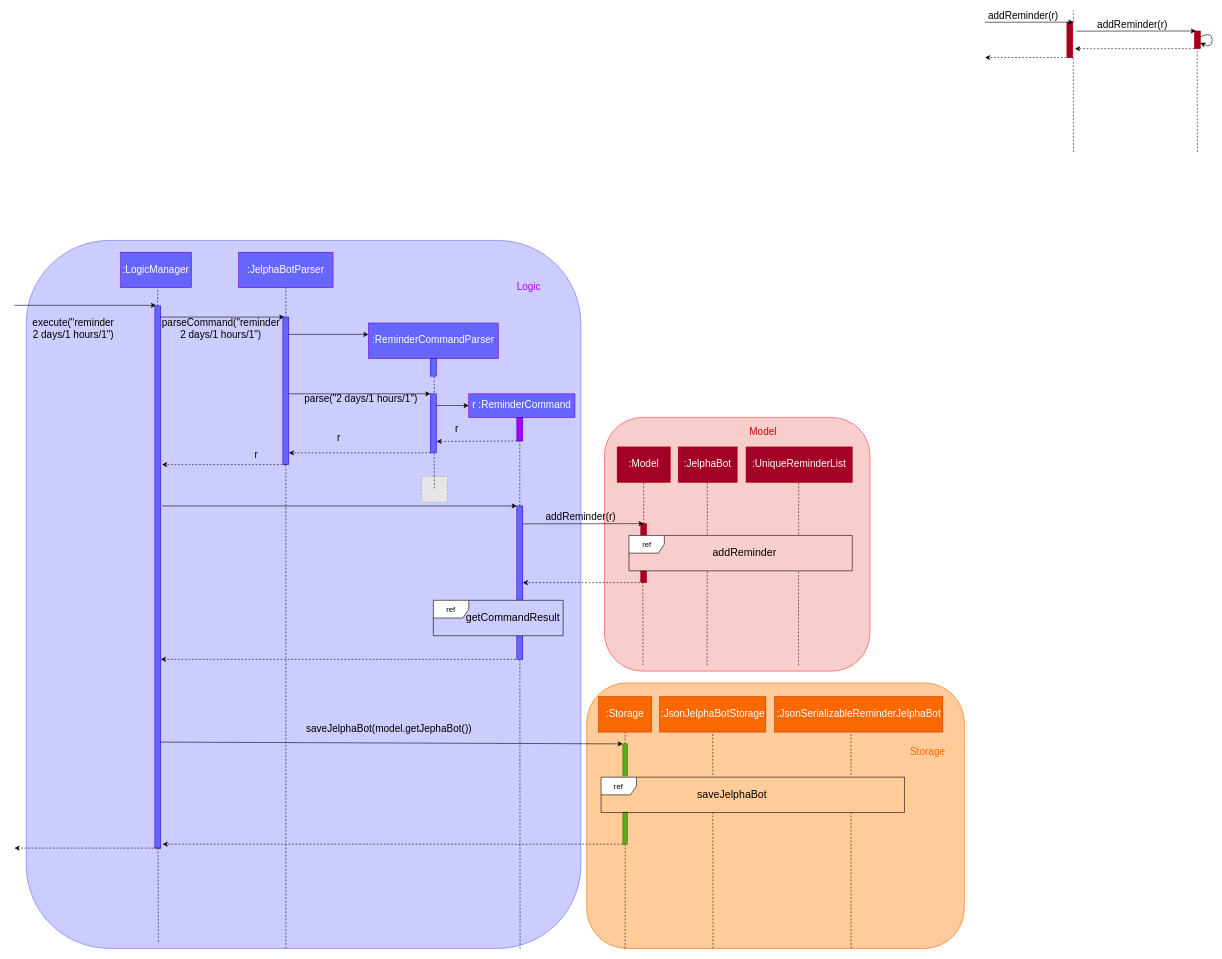
This is docs/diagrams/AddReminderSequenceDiagram.drawio from yapdianhao/main, a draw.io file, before an edit. Source tidied: cells renumbered, new cells numbered last; positions are measured from the earlier drawing's top-left corner, leaving out a move shared by most shapes. Both pictures are drawn from the tidied source at 59%, with x=0, y=0 at pixel (14, 10). Pictures stored in the file or linked from it are replaced by grey dashed boxes.
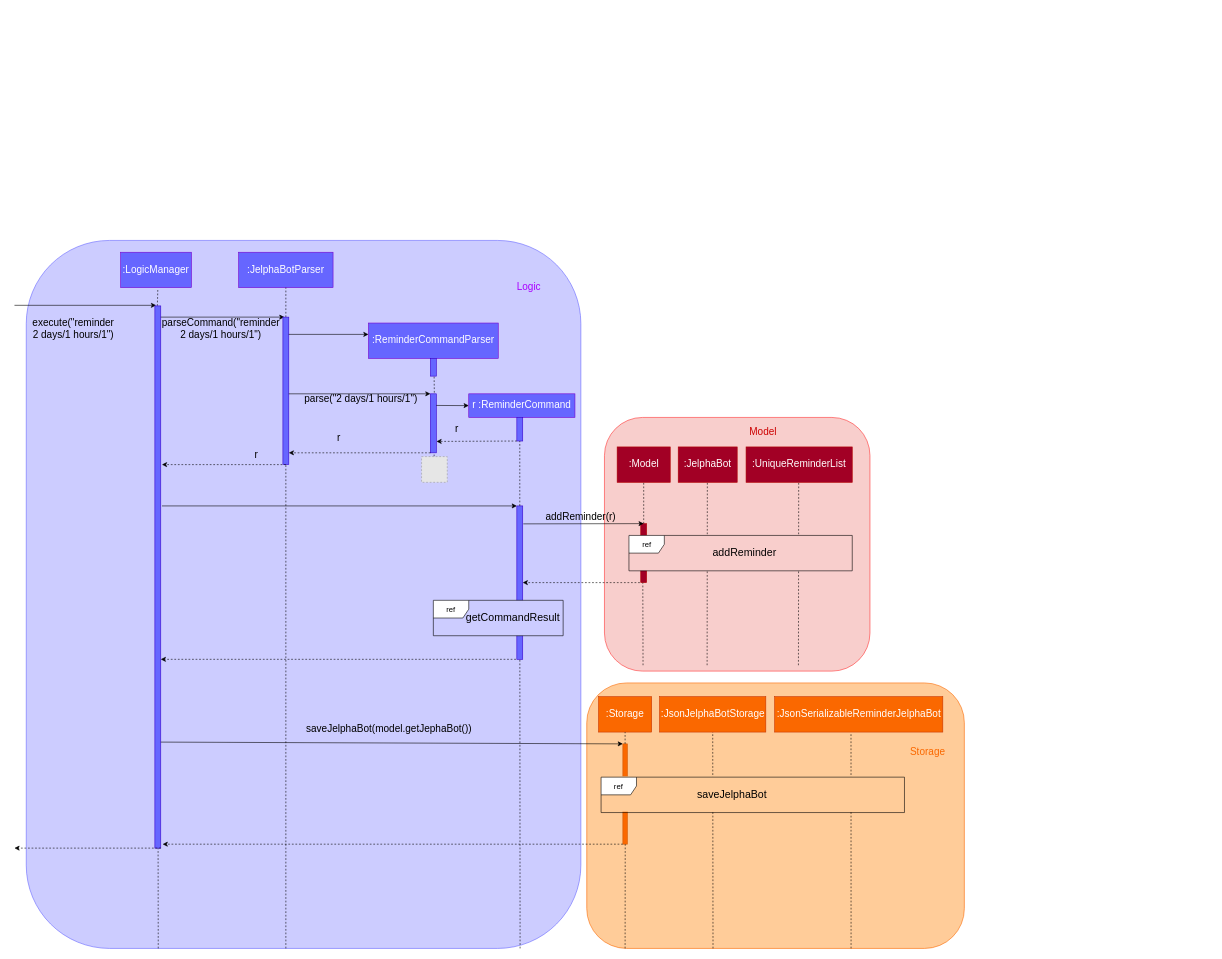
Above is the later version.

Unchanged cells that the change refers to:
```xml
<mxCell id="2" style="rounded=1;whiteSpace=wrap;html=1;fillColor=#CCCCFF;fontFamily=Helvetica;fontSize=18;strokeColor=#6666ff;" parent="1" vertex="1">
  <mxGeometry x="20" y="390" width="940" height="1200" as="geometry" />
</mxCell>
```

Change to the diagram source:
```diff
@@
-    <mxCell id="9" style="rounded=0;whiteSpace=wrap;html=1;fillColor=#60a917;strokeColor=#2D7600;fontColor=#ffffff;fontSize=17;fontFamily=Helvetica;" parent="1" vertex="1">
+    <mxCell id="9" style="rounded=0;whiteSpace=wrap;html=1;fillColor=#FA6800;strokeColor=#D15700;fontColor=#ffffff;fontSize=17;fontFamily=Helvetica;" parent="1" vertex="1">
       <mxGeometry x="1031.2" y="1243.3" width="7.6" height="170" as="geometry" />
     </mxCell>
@@
-    <mxCell id="14" style="endArrow=none;dashed=1;html=1;fontFamily=Helvetica;exitX=0.132;exitY=0.999;exitDx=0;exitDy=0;exitPerimeter=0;fontSize=17;" parent="1" edge="1">
+    <mxCell id="14" style="endArrow=none;dashed=1;html=1;fontFamily=Helvetica;exitX=0.238;exitY=1;exitDx=0;exitDy=0;exitPerimeter=0;fontSize=17;" parent="1" edge="1" source="2">
       <mxGeometry relative="1" as="geometry">
-        <mxPoint x="243.9" y="1578.8" as="sourcePoint" />
         <mxPoint x="243" y="1130" as="targetPoint" />
       </mxGeometry>
     </mxCell>
@@
-    <mxCell id="36" style="rounded=0;whiteSpace=wrap;html=1;fontFamily=Helvetica;fillColor=#aa00ff;strokeColor=#3700CC;fontColor=#ffffff;fontSize=17;" parent="1" vertex="1">
+    <mxCell id="36" style="rounded=0;whiteSpace=wrap;html=1;fontFamily=Helvetica;fillColor=#6666FF;strokeColor=#3700CC;fontColor=#ffffff;fontSize=17;" parent="1" vertex="1">
       <mxGeometry x="851.5" y="690" width="10" height="40" as="geometry" />
     </mxCell>
@@
-    <mxCell id="42" style="endArrow=none;dashed=1;html=1;fontFamily=Helvetica;fontSize=17;" parent="1" edge="1" source="57">
+    <mxCell id="42" style="endArrow=none;dashed=1;html=1;fontFamily=Helvetica;fontSize=17;" parent="1" edge="1">
       <mxGeometry relative="1" as="geometry">
+        <mxPoint x="711" y="780" as="sourcePoint" />
         <mxPoint x="711.4" y="750" as="targetPoint" />
       </mxGeometry>
     </mxCell>
@@
     <mxCell id="57" style="fillColor=#E6E6E6;strokeColor=#999999;dashed=1;html=1;verticalAlign=top;verticalLabelPosition=bottom;labelBackgroundColor=#ffffff;fontSize=17;fontFamily=Helvetica;" parent="1" vertex="1">
-      <mxGeometry x="690" y="790" width="43.6" height="43.6" as="geometry" />
+      <mxGeometry x="690" y="756.4" width="43.6" height="43.6" as="geometry" />
     </mxCell>
-    <mxCell id="58" style="endArrow=none;dashed=1;html=1;fontFamily=Helvetica;fontSize=17;" parent="1" edge="1" target="57">
-      <mxGeometry relative="1" as="geometry">
-        <mxPoint x="711.8" y="810" as="sourcePoint" />
-      </mxGeometry>
-    </mxCell>
@@
-    <mxCell id="70" style="endArrow=none;dashed=1;html=1;fontFamily=Helvetica;fontSize=17;" parent="1" edge="1">
-      <mxGeometry relative="1" as="geometry">
-        <mxPoint x="1795" y="20" as="sourcePoint" />
-        <mxPoint x="1794.6" as="targetPoint" />
-      </mxGeometry>
-    </mxCell>
-    <mxCell id="71" style="rounded=0;whiteSpace=wrap;html=1;fontFamily=Helvetica;fillColor=#a20025;strokeColor=#B20000;fontColor=#ffffff;fontSize=17;" parent="1" vertex="1">
-      <mxGeometry x="1783.8" y="20" width="10" height="60" as="geometry" />
-    </mxCell>
-    <mxCell id="72" style="endArrow=classic;html=1;fontFamily=Helvetica;exitX=0.914;exitY=0.041;exitDx=0;exitDy=0;exitPerimeter=0;fontSize=17;" parent="1" edge="1">
-      <mxGeometry relative="1" as="geometry">
-        <mxPoint x="1645" y="20.3" as="sourcePoint" />
-        <mxPoint x="1795" y="20" as="targetPoint" />
-      </mxGeometry>
-    </mxCell>
-    <mxCell id="73" value="addReminder(r)" style="text;html=1;strokeColor=none;fillColor=none;align=center;verticalAlign=middle;whiteSpace=wrap;rounded=0;fontFamily=Helvetica;fontSize=17;" parent="1" vertex="1">
-      <mxGeometry x="1630" width="160" height="20" as="geometry" />
-    </mxCell>
-    <mxCell id="74" style="rounded=0;whiteSpace=wrap;html=1;fontFamily=Helvetica;fillColor=#a20025;strokeColor=#B20000;fontColor=#ffffff;fontSize=17;" parent="1" vertex="1">
-      <mxGeometry x="2000" y="35" width="10" height="30" as="geometry" />
-    </mxCell>
-    <mxCell id="75" value="addReminder(r)" style="text;html=1;strokeColor=none;fillColor=none;align=center;verticalAlign=middle;whiteSpace=wrap;rounded=0;fontFamily=Helvetica;fontSize=17;" parent="1" vertex="1">
-      <mxGeometry x="1815" y="15" width="160" height="20" as="geometry" />
-    </mxCell>
-    <mxCell id="76" style="endArrow=classic;html=1;fontFamily=Helvetica;exitX=0.914;exitY=0.041;exitDx=0;exitDy=0;exitPerimeter=0;entryX=0.25;entryY=0;entryDx=0;entryDy=0;fontSize=17;" parent="1" edge="1" target="74">
-      <mxGeometry relative="1" as="geometry">
-        <mxPoint x="1800" y="35.3" as="sourcePoint" />
-      </mxGeometry>
-    </mxCell>
-    <mxCell id="77" style="endArrow=classic;html=1;fontFamily=Helvetica;exitX=0;exitY=1;exitDx=0;exitDy=0;dashed=1;fontSize=17;" parent="1" edge="1" source="74">
-      <mxGeometry relative="1" as="geometry">
-        <mxPoint x="1797.5" y="65" as="targetPoint" />
-      </mxGeometry>
-    </mxCell>
-    <mxCell id="78" style="endArrow=classic;html=1;fontFamily=Helvetica;curved=1;fontSize=17;" parent="1" edge="1">
-      <mxGeometry relative="1" as="geometry">
-        <mxPoint x="2010" y="45" as="sourcePoint" />
-        <mxPoint x="2010" y="55" as="targetPoint" />
-        <Array as="points">
-          <mxPoint x="2030" y="35" />
-          <mxPoint x="2030" y="65" />
-        </Array>
-      </mxGeometry>
-    </mxCell>
-    <mxCell id="79" style="endArrow=classic;html=1;fontFamily=Helvetica;dashed=1;fontSize=17;" parent="1" edge="1">
-      <mxGeometry relative="1" as="geometry">
-        <mxPoint x="1795" y="80" as="sourcePoint" />
-        <mxPoint x="1645" y="80" as="targetPoint" />
-      </mxGeometry>
-    </mxCell>
-    <mxCell id="80" style="endArrow=none;dashed=1;html=1;fontFamily=Helvetica;entryX=0.5;entryY=1;entryDx=0;entryDy=0;fontSize=17;" parent="1" edge="1">
-      <mxGeometry relative="1" as="geometry">
-        <mxPoint x="2005" y="240" as="sourcePoint" />
-        <mxPoint x="2004.6" y="65" as="targetPoint" />
-      </mxGeometry>
-    </mxCell>
-    <mxCell id="81" style="endArrow=none;dashed=1;html=1;fontFamily=Helvetica;entryX=0.5;entryY=1;entryDx=0;entryDy=0;fontSize=17;" parent="1" edge="1">
-      <mxGeometry relative="1" as="geometry">
-        <mxPoint x="1795" y="240" as="sourcePoint" />
-        <mxPoint x="1794.6" y="80" as="targetPoint" />
-      </mxGeometry>
-    </mxCell>
```
